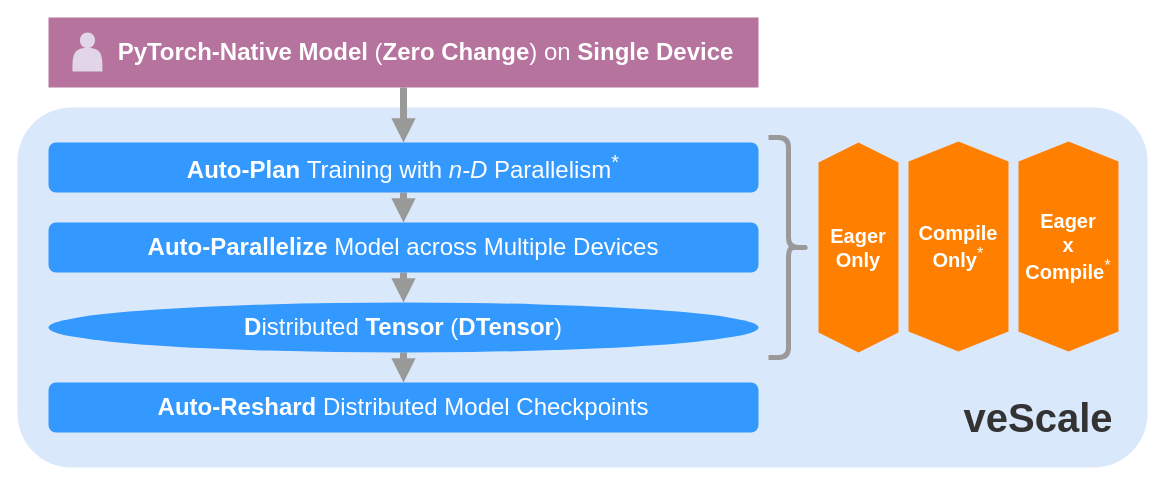
Above: docs/public/source/overview.drawio in volcengine/veScaleWeb (draw.io), before the change. Source tidied: cells renumbered, new cells numbered last; positions are measured from the earlier drawing's top-left corner, leaving out a move shared by most shapes. Both pictures are drawn from the tidied source at 100%, with x=0, y=0 at pixel (17, 17).
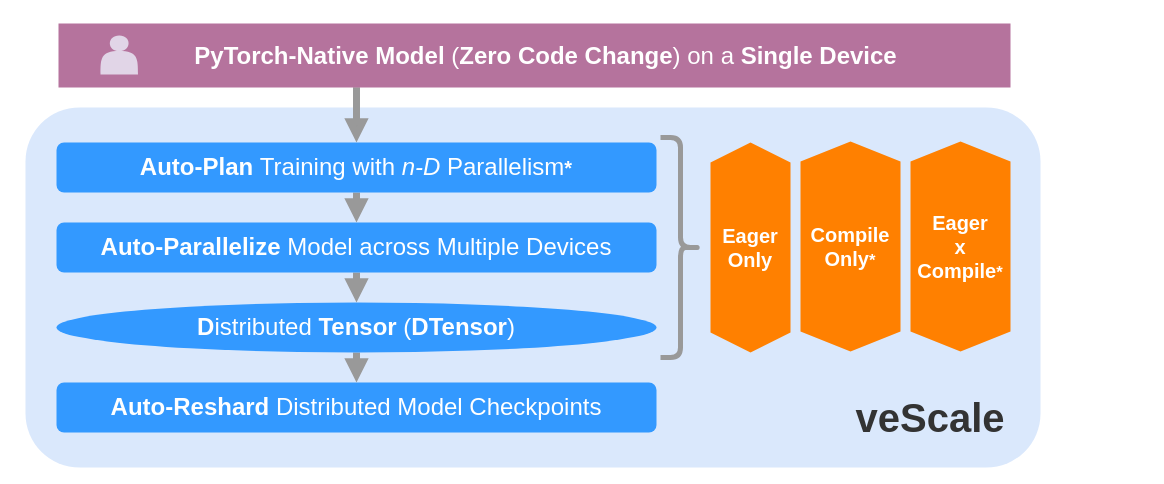
The same diagram, later.

The edit, as a diff of the source:
```diff
@@
 <mxGraphModel>
   <root>
     <mxCell id="0" />
     <mxCell id="1" parent="0" />
     <mxCell id="2" style="rounded=1;whiteSpace=wrap;html=1;fillColor=#dae8fc;strokeWidth=4;strokeColor=none;" parent="1" vertex="1">
-      <mxGeometry y="90" width="1130" height="360" as="geometry" />
+      <mxGeometry x="8" y="90" width="1015" height="360" as="geometry" />
     </mxCell>
-    <mxCell id="3" style="edgeStyle=orthogonalEdgeStyle;rounded=0;jettySize=auto;html=1;fillColor=#f5f5f5;strokeColor=#999999;endArrow=block;endFill=1;strokeWidth=7;exitX=0.5;exitY=1;exitDx=0;exitDy=0;endSize=6;" parent="1" edge="1" source="15" target="5">
+    <mxCell id="3" style="edgeStyle=orthogonalEdgeStyle;rounded=0;jettySize=auto;html=1;fillColor=#f5f5f5;strokeColor=#999999;endArrow=block;endFill=1;strokeWidth=7;exitX=0.313;exitY=0.995;exitDx=0;exitDy=0;endSize=6;exitPerimeter=0;" parent="1" edge="1" source="15" target="5">
       <mxGeometry relative="1" as="geometry" />
     </mxCell>
     <mxCell id="4" style="edgeStyle=orthogonalEdgeStyle;rounded=0;jettySize=auto;html=1;entryX=0.5;entryY=0;entryDx=0;entryDy=0;fillColor=#f5f5f5;strokeColor=#999999;endArrow=block;endFill=1;strokeWidth=7;endSize=6;" parent="1" edge="1" source="5" target="7">
       <mxGeometry relative="1" as="geometry" />
     </mxCell>
-    <mxCell id="5" value="&lt;b&gt;Auto-Plan&lt;/b&gt;&amp;nbsp;Training with&amp;nbsp;&lt;i&gt;n-D&lt;/i&gt; Parallelism&lt;sup style=&quot;&quot;&gt;*&lt;/sup&gt;" style="rounded=1;whiteSpace=wrap;html=1;fontSize=24;fillColor=#3399FF;strokeColor=none;verticalAlign=middle;fontColor=#FFFFFF;" parent="1" vertex="1">
-      <mxGeometry x="31" y="125" width="710" height="50" as="geometry" />
+    <mxCell id="5" value="&lt;b&gt;Auto-Plan&lt;/b&gt;&amp;nbsp;Training with&amp;nbsp;&lt;i&gt;n-D&lt;/i&gt; Parallelism&lt;span style=&quot;font-size: 20px;&quot;&gt;&lt;b&gt;*&lt;/b&gt;&lt;/span&gt;" style="rounded=1;whiteSpace=wrap;html=1;fontSize=24;fillColor=#3399FF;strokeColor=none;verticalAlign=middle;fontColor=#FFFFFF;" parent="1" vertex="1">
+      <mxGeometry x="39" y="125" width="600" height="50" as="geometry" />
     </mxCell>
     <mxCell id="6" style="edgeStyle=orthogonalEdgeStyle;rounded=0;jettySize=auto;html=1;fillColor=#f5f5f5;strokeColor=#999999;endArrow=block;endFill=1;strokeWidth=7;endSize=6;" parent="1" edge="1" source="7" target="10">
       <mxGeometry relative="1" as="geometry" />
     </mxCell>
     <mxCell id="7" value="&lt;b&gt;Auto-Parallelize&lt;/b&gt; Model across Multiple Devices" style="rounded=1;whiteSpace=wrap;html=1;fontSize=24;fillColor=#3399FF;strokeColor=none;verticalAlign=middle;fontColor=#FFFFFF;" parent="1" vertex="1">
-      <mxGeometry x="31" y="205" width="710" height="50" as="geometry" />
+      <mxGeometry x="39" y="205" width="600" height="50" as="geometry" />
     </mxCell>
     <mxCell id="8" value="&lt;b&gt;Auto-Reshard&lt;/b&gt;&amp;nbsp;Distributed Model Checkpoints" style="rounded=1;whiteSpace=wrap;html=1;fontSize=24;fillColor=#3399FF;strokeColor=none;verticalAlign=middle;fontColor=#FFFFFF;" parent="1" vertex="1">
-      <mxGeometry x="31" y="365" width="710" height="50" as="geometry" />
+      <mxGeometry x="39" y="365" width="600" height="50" as="geometry" />
     </mxCell>
     <mxCell id="9" style="edgeStyle=orthogonalEdgeStyle;rounded=0;jettySize=auto;html=1;fillColor=#f5f5f5;strokeColor=#999999;endArrow=block;endFill=1;strokeWidth=7;endSize=6;" parent="1" edge="1" source="10" target="8">
       <mxGeometry relative="1" as="geometry" />
     </mxCell>
     <mxCell id="10" value="D&lt;span style=&quot;font-weight: normal;&quot;&gt;istributed &lt;/span&gt;Tensor &lt;span style=&quot;font-weight: normal;&quot;&gt;(&lt;/span&gt;DTensor&lt;span style=&quot;font-weight: normal;&quot;&gt;)&lt;/span&gt;" style="ellipse;whiteSpace=wrap;html=1;fontStyle=1;fontSize=24;fillColor=#3399FF;strokeColor=none;verticalAlign=middle;fontColor=#FFFFFF;" parent="1" vertex="1">
-      <mxGeometry x="31" y="285" width="710" height="50" as="geometry" />
+      <mxGeometry x="39" y="285" width="600" height="50" as="geometry" />
     </mxCell>
     <mxCell id="11" style="shape=curlyBracket;whiteSpace=wrap;html=1;rounded=1;flipH=1;labelPosition=right;verticalLabelPosition=middle;align=left;verticalAlign=middle;fillColor=#CCCCCC;fontColor=#333333;strokeColor=#999999;strokeWidth=5;" parent="1" vertex="1">
-      <mxGeometry x="751" y="120" width="40" height="220" as="geometry" />
+      <mxGeometry x="643" y="120" width="40" height="220" as="geometry" />
     </mxCell>
     <mxCell id="12" value="&lt;b style=&quot;font-size: 20px;&quot;&gt;Eager &lt;br style=&quot;font-size: 20px;&quot;&gt;Only&lt;/b&gt;" style="shape=hexagon;perimeter=hexagonPerimeter2;whiteSpace=wrap;html=1;fixedSize=1;direction=south;fontSize=20;fillColor=#FF8000;strokeColor=none;fontColor=#FFFFFF;" parent="1" vertex="1">
-      <mxGeometry x="801" y="125" width="80" height="210" as="geometry" />
+      <mxGeometry x="693" y="125" width="80" height="210" as="geometry" />
     </mxCell>
-    <mxCell id="13" value="&lt;span style=&quot;font-size: 20px;&quot;&gt;&lt;b&gt;Eager &lt;/b&gt;&lt;br style=&quot;font-size: 20px;&quot;&gt;&lt;b&gt;x&lt;/b&gt;&lt;br style=&quot;font-size: 20px;&quot;&gt;&lt;b&gt;Compile&lt;/b&gt;&lt;sup style=&quot;&quot;&gt;*&lt;/sup&gt;&lt;br style=&quot;font-size: 20px;&quot;&gt;&lt;/span&gt;" style="shape=hexagon;perimeter=hexagonPerimeter2;whiteSpace=wrap;html=1;fixedSize=1;direction=south;fontSize=20;fillColor=#FF8000;strokeColor=none;fontColor=#FFFFFF;" parent="1" vertex="1">
-      <mxGeometry x="1001" y="124" width="100" height="210" as="geometry" />
+    <mxCell id="13" value="&lt;b style=&quot;font-size: 20px;&quot;&gt;Eager &lt;/b&gt;&lt;br style=&quot;font-size: 20px;&quot;&gt;&lt;b style=&quot;font-size: 20px;&quot;&gt;x&lt;/b&gt;&lt;br style=&quot;font-size: 20px;&quot;&gt;&lt;b style=&quot;&quot;&gt;Compile&lt;span style=&quot;font-size: 16.6667px;&quot;&gt;*&lt;/span&gt;&lt;/b&gt;" style="shape=hexagon;perimeter=hexagonPerimeter2;whiteSpace=wrap;html=1;fixedSize=1;direction=south;fontSize=20;fillColor=#FF8000;strokeColor=none;fontColor=#FFFFFF;" parent="1" vertex="1">
+      <mxGeometry x="893" y="124" width="100" height="210" as="geometry" />
     </mxCell>
-    <mxCell id="14" style="group;" parent="1" vertex="1">
-      <mxGeometry x="31" width="710" height="70" as="geometry" />
-    </mxCell>
+    <mxCell id="18" value="&lt;b style=&quot;font-size: 20px;&quot;&gt;Compile&lt;/b&gt;&lt;br&gt;&lt;b&gt;Only&lt;/b&gt;&lt;span style=&quot;font-size: 16.6667px;&quot;&gt;&lt;b&gt;*&lt;/b&gt;&lt;/span&gt;" style="shape=hexagon;perimeter=hexagonPerimeter2;whiteSpace=wrap;html=1;fixedSize=1;direction=south;fontSize=20;fillColor=#FF8000;strokeColor=none;fontColor=#FFFFFF;" parent="1" vertex="1">
+      <mxGeometry x="783" y="124" width="100" height="210" as="geometry" />
+    </mxCell>
+    <mxCell id="19" value="&lt;b style=&quot;font-size: 40px;&quot;&gt;veScale&lt;/b&gt;" style="text;html=1;align=center;verticalAlign=middle;whiteSpace=wrap;rounded=0;fontSize=40;fontColor=#333333;" parent="1" vertex="1">
+      <mxGeometry x="883" y="385" width="60" height="30" as="geometry" />
+    </mxCell>
-    <mxCell id="15" style="rounded=0;whiteSpace=wrap;html=1;fillColor=#B5739D;strokeColor=none;labelBackgroundColor=#E6D0DE;" parent="14" vertex="1">
-      <mxGeometry width="710" height="70" as="geometry" />
+    <mxCell id="15" style="rounded=0;whiteSpace=wrap;html=1;fillColor=#B5739D;strokeColor=none;labelBackgroundColor=#E6D0DE;" parent="1" vertex="1">
+      <mxGeometry x="41" y="6" width="952" height="64" as="geometry" />
     </mxCell>
-    <mxCell id="16" value="&lt;font color=&quot;#ffffff&quot;&gt;&lt;b style=&quot;font-size: 24px;&quot;&gt;PyTorch-Native Model &lt;/b&gt;&lt;span style=&quot;font-size: 24px;&quot;&gt;(&lt;/span&gt;&lt;b style=&quot;font-size: 24px;&quot;&gt;Zero Change&lt;/b&gt;&lt;span style=&quot;font-size: 24px;&quot;&gt;)&lt;/span&gt;&lt;b style=&quot;font-size: 24px;&quot;&gt;&amp;nbsp;&lt;/b&gt;&lt;span style=&quot;font-size: 24px;&quot;&gt;on&lt;/span&gt;&lt;b style=&quot;font-size: 24px;&quot;&gt;&amp;nbsp;Single Device&lt;/b&gt;&lt;/font&gt;" style="text;html=1;align=center;verticalAlign=middle;strokeColor=none;fillColor=none;fontSize=24;" parent="14" vertex="1">
-      <mxGeometry x="57" y="15" width="640" height="40" as="geometry" />
+    <mxCell id="16" value="&lt;font color=&quot;#ffffff&quot;&gt;&lt;b style=&quot;font-size: 24px;&quot;&gt;PyTorch-Native Model &lt;/b&gt;&lt;span style=&quot;font-size: 24px;&quot;&gt;(&lt;/span&gt;&lt;b style=&quot;font-size: 24px;&quot;&gt;Zero Code Change&lt;/b&gt;&lt;span style=&quot;font-size: 24px;&quot;&gt;)&lt;/span&gt;&lt;b style=&quot;font-size: 24px;&quot;&gt;&amp;nbsp;&lt;/b&gt;&lt;span style=&quot;font-size: 24px;&quot;&gt;on&lt;/span&gt;&lt;b style=&quot;font-size: 24px;&quot;&gt;&amp;nbsp;&lt;/b&gt;&lt;span style=&quot;font-size: 24px;&quot;&gt;a &lt;/span&gt;&lt;b style=&quot;font-size: 24px;&quot;&gt;Single Device&lt;/b&gt;&lt;/font&gt;" style="text;html=1;align=center;verticalAlign=middle;strokeColor=none;fillColor=none;fontSize=24;" parent="1" vertex="1">
+      <mxGeometry x="163" y="19" width="730" height="40" as="geometry" />
     </mxCell>
-    <mxCell id="17" style="shape=actor;whiteSpace=wrap;html=1;fillColor=#E1D5E7;strokeColor=none;gradientColor=none;" parent="14" vertex="1">
-      <mxGeometry x="24" y="15" width="30" height="39" as="geometry" />
+    <mxCell id="17" style="shape=actor;whiteSpace=wrap;html=1;fillColor=#E1D5E7;strokeColor=none;gradientColor=none;" parent="1" vertex="1">
+      <mxGeometry x="83" y="18" width="37.5" height="39" as="geometry" />
     </mxCell>
-    <mxCell id="18" value="&lt;span style=&quot;font-size: 20px;&quot;&gt;&lt;b&gt;Compile&lt;/b&gt;&lt;br&gt;&lt;b&gt;Only&lt;/b&gt;&lt;sup style=&quot;&quot;&gt;*&lt;/sup&gt;&lt;br style=&quot;font-size: 20px;&quot;&gt;&lt;/span&gt;" style="shape=hexagon;perimeter=hexagonPerimeter2;whiteSpace=wrap;html=1;fixedSize=1;direction=south;fontSize=20;fillColor=#FF8000;strokeColor=none;fontColor=#FFFFFF;" parent="1" vertex="1">
-      <mxGeometry x="891" y="124" width="100" height="210" as="geometry" />
-    </mxCell>
-    <mxCell id="19" value="&lt;b style=&quot;font-size: 40px;&quot;&gt;veScale&lt;/b&gt;" style="text;html=1;align=center;verticalAlign=middle;whiteSpace=wrap;rounded=0;fontSize=40;fontColor=#333333;" parent="1" vertex="1">
-      <mxGeometry x="991" y="385" width="60" height="30" as="geometry" />
-    </mxCell>
   </root>
 </mxGraphModel>
```
